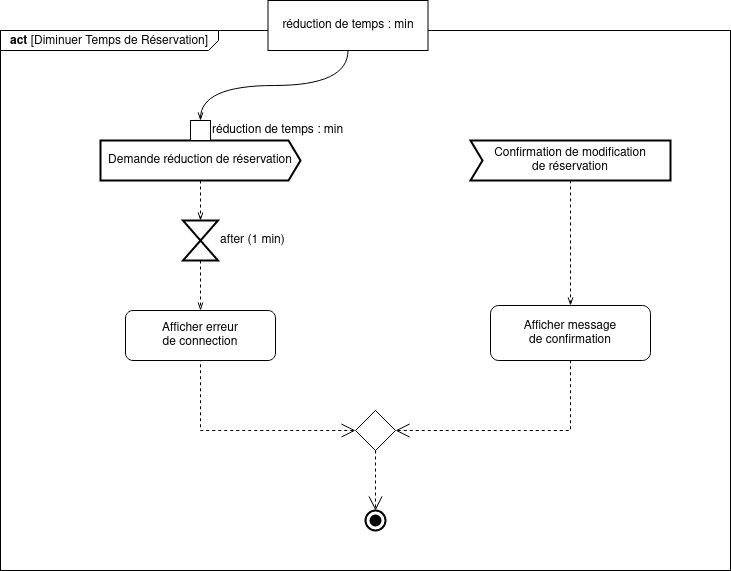
Dalker/ISI-mobility keeps this draw.io diagram as diagrammes/act_ReduireTempsReservation.png. Above is the earlier version. Source tidied: cells renumbered, new cells last; positions are measured from the earlier drawing's top-left corner, leaving out a move shared by most shapes.
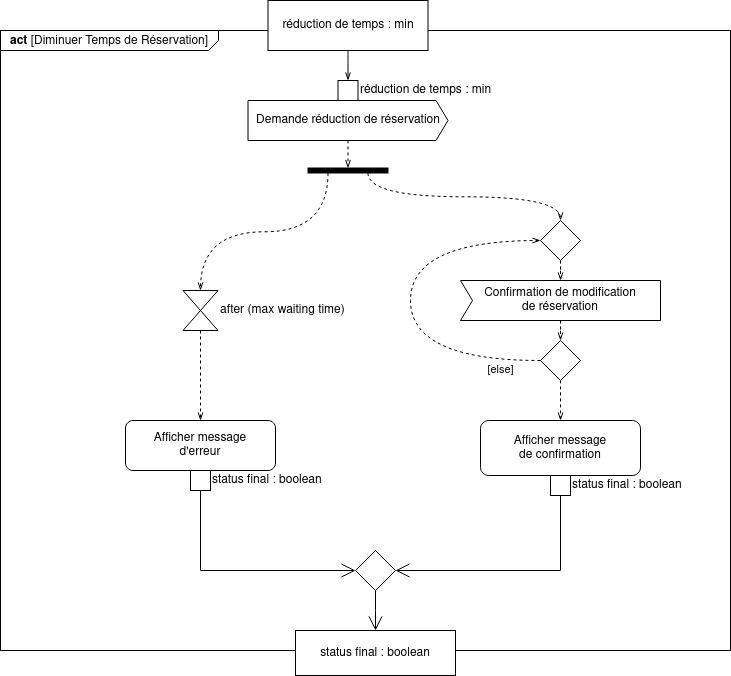
After the commit.

The edit, as a diff of the source:
```diff
@@ -3,63 +3,111 @@
     <mxCell id="0" />
     <mxCell id="1" parent="0" />
     <mxCell id="2" value="&lt;p style=&quot;margin: 0px ; margin-top: 4px ; margin-left: 10px ; text-align: left&quot;&gt;&lt;b&gt;act&lt;/b&gt;   [Diminuer Temps de Réservation]&lt;/p&gt;" style="html=1;shape=mxgraph.sysml.package;align=left;spacingLeft=5;verticalAlign=top;spacingTop=-3;labelX=218;html=1;overflow=fill;" parent="1" vertex="1">
-      <mxGeometry y="30" width="730" height="540" as="geometry" />
+      <mxGeometry y="30" width="730" height="620" as="geometry" />
     </mxCell>
-    <mxCell id="3" style="edgeStyle=orthogonalEdgeStyle;rounded=0;jettySize=auto;html=1;exitX=0.5;exitY=1;exitDx=0;exitDy=0;exitPerimeter=0;entryX=0.5;entryY=0;entryDx=0;entryDy=0;entryPerimeter=0;endArrow=openThin;endFill=0;dashed=1;" parent="1" edge="1" source="4" target="6">
+    <mxCell id="3" style="edgeStyle=orthogonalEdgeStyle;rounded=0;jettySize=auto;html=1;exitX=1;exitY=0.75;exitDx=0;exitDy=0;endArrow=openThin;endFill=0;dashed=1;curved=1;entryX=0.5;entryY=0;entryDx=0;entryDy=0;entryPerimeter=0;" parent="1" edge="1" source="18" target="5">
       <mxGeometry relative="1" as="geometry" />
     </mxCell>
-    <mxCell id="4" value="Demande réduction de réservation" style="html=1;shape=mxgraph.sysml.sendSigAct;strokeWidth=2;whiteSpace=wrap;align=center;" parent="1" vertex="1">
-      <mxGeometry x="100" y="140" width="200" height="40" as="geometry" />
+    <mxCell id="4" style="edgeStyle=orthogonalEdgeStyle;rounded=0;jettySize=auto;html=1;exitX=0.5;exitY=1;exitDx=0;exitDy=0;exitPerimeter=0;dashed=1;endArrow=openThin;endFill=0;" parent="1" edge="1" source="5" target="30">
+      <mxGeometry relative="1" as="geometry" />
     </mxCell>
-    <mxCell id="5" style="edgeStyle=orthogonalEdgeStyle;rounded=0;jettySize=auto;html=1;exitX=0.5;exitY=1;exitDx=0;exitDy=0;exitPerimeter=0;dashed=1;endArrow=openThin;endFill=0;" parent="1" edge="1" source="6" target="7">
-      <mxGeometry relative="1" as="geometry" />
+    <mxCell id="5" value="&lt;div&gt;after (max waiting time)&lt;br&gt;&lt;/div&gt;" style="html=1;shape=mxgraph.sysml.timeEvent;strokeWidth=1;verticalLabelPosition=middle;verticalAlignment=top;labelPosition=right;align=left;verticalAlign=middle;" parent="1" vertex="1">
+      <mxGeometry x="182.5" y="290" width="35" height="40" as="geometry" />
     </mxCell>
-    <mxCell id="6" value="after (1 min)" style="html=1;shape=mxgraph.sysml.timeEvent;strokeWidth=2;verticalLabelPosition=middle;verticalAlignment=top;labelPosition=right;align=left;verticalAlign=middle;" parent="1" vertex="1">
-      <mxGeometry x="182.5" y="220" width="35" height="40" as="geometry" />
+    <mxCell id="6" style="edgeStyle=orthogonalEdgeStyle;rounded=0;jettySize=auto;html=1;entryX=0.5;entryY=0;entryDx=0;entryDy=0;endArrow=openThin;endFill=0;curved=1;exitX=0.5;exitY=1;exitDx=0;exitDy=0;" parent="1" edge="1" source="7" target="16">
+      <mxGeometry relative="1" as="geometry" />
     </mxCell>
-    <mxCell id="7" value="&lt;div&gt;Afficher erreur&lt;/div&gt;&lt;div&gt;de connection&lt;br&gt;&lt;/div&gt;" style="shape=rect;html=1;rounded=1;whiteSpace=wrap;align=center;" parent="1" vertex="1">
-      <mxGeometry x="125" y="310" width="150" height="50" as="geometry" />
+    <mxCell id="7" value="réduction de temps : min" style="shape=rect;html=1;whiteSpace=wrap;align=center;" parent="1" vertex="1">
+      <mxGeometry x="267.5" width="160" height="50" as="geometry" />
     </mxCell>
-    <mxCell id="8" style="html=1;shape=mxgraph.sysml.actFinal;strokeWidth=2;verticalLabelPosition=bottom;verticalAlignment=top;" parent="1" vertex="1">
-      <mxGeometry x="365" y="510" width="20" height="20" as="geometry" />
+    <mxCell id="8" style="edgeStyle=orthogonalEdgeStyle;curved=1;rounded=0;jettySize=auto;html=1;exitX=0.5;exitY=1;exitDx=0;exitDy=0;exitPerimeter=0;endArrow=openThin;endFill=0;dashed=1;" parent="1" edge="1" source="9" target="28">
+      <mxGeometry relative="1" as="geometry" />
     </mxCell>
-    <mxCell id="9" style="edgeStyle=orthogonalEdgeStyle;rounded=0;jettySize=auto;html=1;entryX=0.5;entryY=0;entryDx=0;entryDy=0;endArrow=openThin;endFill=0;curved=1;exitX=0.5;exitY=1;exitDx=0;exitDy=0;" parent="1" edge="1" source="10" target="11">
-      <mxGeometry relative="1" as="geometry" />
+    <mxCell id="9" value="&lt;div&gt;Confirmation de modification&lt;/div&gt;&lt;div&gt;de réservation&lt;br&gt;&lt;/div&gt;" style="html=1;shape=mxgraph.sysml.accEvent;strokeWidth=1;whiteSpace=wrap;align=center;" parent="1" vertex="1">
+      <mxGeometry x="460" y="280" width="200" height="40" as="geometry" />
     </mxCell>
-    <mxCell id="10" value="réduction de temps : min" style="shape=rect;html=1;whiteSpace=wrap;align=center;" parent="1" vertex="1">
-      <mxGeometry x="267.5" width="160" height="50" as="geometry" />
+    <mxCell id="10" style="shape=rhombus;html=1;verticalLabelPosition=top;verticalAlignment=bottom;" parent="1" vertex="1">
+      <mxGeometry x="355" y="550" width="40" height="40" as="geometry" />
     </mxCell>
-    <mxCell id="11" value="réduction de temps : min" style="shape=rect;html=1;align=left;labelPosition=right;verticalLabelPosition=middle;verticalAlign=bottom;horizontal=1;" parent="1" vertex="1">
-      <mxGeometry x="190" y="120" width="20" height="20" as="geometry" />
+    <mxCell id="11" style="edgeStyle=elbowEdgeStyle;html=1;elbow=horizontal;align=right;verticalAlign=bottom;rounded=0;labelBackgroundColor=none;endArrow=open;endSize=12;entryX=0.5;entryY=0;entryDx=0;entryDy=0;exitX=0.5;exitY=1;exitDx=0;exitDy=0;" parent="1" edge="1" source="10" target="20">
+      <mxGeometry relative="1" as="geometry" />
     </mxCell>
-    <mxCell id="12" style="edgeStyle=orthogonalEdgeStyle;curved=1;rounded=0;jettySize=auto;html=1;exitX=0.5;exitY=1;exitDx=0;exitDy=0;exitPerimeter=0;entryX=0.5;entryY=0;entryDx=0;entryDy=0;endArrow=openThin;endFill=0;dashed=1;" parent="1" edge="1" source="13" target="14">
-      <mxGeometry relative="1" as="geometry" />
+    <mxCell id="12" style="edgeStyle=elbowEdgeStyle;html=1;elbow=vertical;verticalAlign=bottom;startArrow=open;endArrow=none;rounded=0;labelBackgroundColor=none;startSize=12;entryX=0.5;entryY=1;entryDx=0;entryDy=0;" parent="1" edge="1" source="10" target="25">
+      <mxGeometry relative="1" as="geometry">
+        <Array as="points">
+          <mxPoint x="500" y="570" />
+          <mxPoint x="570" y="470" />
+          <mxPoint x="390" y="430" />
+        </Array>
+      </mxGeometry>
     </mxCell>
-    <mxCell id="13" value="&lt;div&gt;Confirmation de modification&lt;/div&gt;&lt;div&gt;de réservation&lt;br&gt;&lt;/div&gt;" style="html=1;shape=mxgraph.sysml.accEvent;strokeWidth=2;whiteSpace=wrap;align=center;" parent="1" vertex="1">
-      <mxGeometry x="470" y="140" width="200" height="40" as="geometry" />
+    <mxCell id="13" style="edgeStyle=elbowEdgeStyle;html=1;elbow=vertical;verticalAlign=bottom;startArrow=open;endArrow=none;rounded=0;labelBackgroundColor=none;startSize=12;exitX=0;exitY=0.5;exitDx=0;exitDy=0;entryX=0.5;entryY=1;entryDx=0;entryDy=0;" parent="1" edge="1" source="10" target="31">
+      <mxGeometry relative="1" as="geometry">
+        <Array as="points">
+          <mxPoint x="220" y="570" />
+          <mxPoint x="200" y="470" />
+          <mxPoint x="280" y="430" />
+        </Array>
+      </mxGeometry>
     </mxCell>
-    <mxCell id="14" value="&lt;div&gt;Afficher message&lt;/div&gt;&lt;div&gt;de confirmation&lt;br&gt;&lt;/div&gt;" style="shape=rect;html=1;rounded=1;whiteSpace=wrap;align=center;" parent="1" vertex="1">
-      <mxGeometry x="490" y="305" width="160" height="55" as="geometry" />
+    <mxCell id="14" style="group;" parent="1" vertex="1">
+      <mxGeometry x="247.5" y="80" width="200" height="60" as="geometry" />
     </mxCell>
-    <mxCell id="15" style="shape=rhombus;html=1;verticalLabelPosition=top;verticalAlignment=bottom;" parent="1" vertex="1">
-      <mxGeometry x="355" y="410" width="40" height="40" as="geometry" />
+    <mxCell id="15" value="Demande réduction de réservation" style="html=1;shape=mxgraph.sysml.sendSigAct;strokeWidth=1;whiteSpace=wrap;align=center;" parent="14" vertex="1">
+      <mxGeometry y="20" width="200" height="40" as="geometry" />
     </mxCell>
-    <mxCell id="16" style="edgeStyle=elbowEdgeStyle;html=1;elbow=horizontal;align=right;verticalAlign=bottom;rounded=0;labelBackgroundColor=none;endArrow=open;endSize=12;dashed=1;entryX=0.5;entryY=0;entryDx=0;entryDy=0;entryPerimeter=0;" parent="1" edge="1" source="15" target="8">
-      <mxGeometry relative="1" as="geometry" />
+    <mxCell id="16" value="réduction de temps : min" style="shape=rect;html=1;align=left;labelPosition=right;verticalLabelPosition=middle;verticalAlign=bottom;horizontal=1;" parent="14" vertex="1">
+      <mxGeometry x="90" width="20" height="20" as="geometry" />
     </mxCell>
-    <mxCell id="17" style="edgeStyle=elbowEdgeStyle;html=1;elbow=vertical;verticalAlign=bottom;startArrow=open;endArrow=none;rounded=0;labelBackgroundColor=none;startSize=12;dashed=1;" parent="1" edge="1" source="15" target="14">
-      <mxGeometry relative="1" as="geometry">
-        <Array as="points">
-          <mxPoint x="390" y="430" />
-        </Array>
-      </mxGeometry>
+    <mxCell id="17" style="edgeStyle=orthogonalEdgeStyle;curved=1;rounded=0;jettySize=auto;html=1;exitX=1;exitY=0.25;exitDx=0;exitDy=0;dashed=1;endArrow=openThin;endFill=0;" parent="1" edge="1" source="18" target="22">
+      <mxGeometry relative="1" as="geometry" />
     </mxCell>
-    <mxCell id="18" style="edgeStyle=elbowEdgeStyle;html=1;elbow=vertical;verticalAlign=bottom;startArrow=open;endArrow=none;rounded=0;labelBackgroundColor=none;startSize=12;dashed=1;entryX=0.5;entryY=1;entryDx=0;entryDy=0;exitX=0;exitY=0.5;exitDx=0;exitDy=0;" parent="1" edge="1" source="15" target="7">
-      <mxGeometry relative="1" as="geometry">
-        <Array as="points">
-          <mxPoint x="280" y="430" />
-        </Array>
-      </mxGeometry>
+    <mxCell id="18" style="shape=rect;html=1;fillColor=#000000;verticalLabelPosition=bottom;verticalAlignment=top;strokeWidth=1;rotation=90;" parent="1" vertex="1">
+      <mxGeometry x="345" y="130" width="5" height="80" as="geometry" />
     </mxCell>
+    <mxCell id="19" style="edgeStyle=orthogonalEdgeStyle;curved=1;rounded=0;jettySize=auto;html=1;exitX=0.5;exitY=1;exitDx=0;exitDy=0;exitPerimeter=0;entryX=0;entryY=0.5;entryDx=0;entryDy=0;dashed=1;endArrow=openThin;endFill=0;" parent="1" edge="1" source="15" target="18">
+      <mxGeometry relative="1" as="geometry" />
+    </mxCell>
+    <mxCell id="20" value="status final : boolean" style="shape=rect;html=1;whiteSpace=wrap;align=center;strokeWidth=1;" parent="1" vertex="1">
+      <mxGeometry x="295" y="630" width="160" height="45" as="geometry" />
+    </mxCell>
+    <mxCell id="21" style="edgeStyle=orthogonalEdgeStyle;curved=1;rounded=0;jettySize=auto;html=1;entryX=0.5;entryY=0;entryDx=0;entryDy=0;entryPerimeter=0;endArrow=openThin;endFill=0;dashed=1;" parent="1" edge="1" source="22" target="9">
+      <mxGeometry relative="1" as="geometry" />
+    </mxCell>
+    <mxCell id="22" style="shape=rhombus;html=1;verticalLabelPosition=top;verticalAlignment=bottom;strokeWidth=1;" parent="1" vertex="1">
+      <mxGeometry x="540" y="220" width="40" height="40" as="geometry" />
+    </mxCell>
+    <mxCell id="23" style="group;" parent="1" vertex="1">
+      <mxGeometry x="480" y="420" width="160" height="75" as="geometry" />
+    </mxCell>
+    <mxCell id="24" value="&lt;div&gt;Afficher message&lt;/div&gt;&lt;div&gt;de confirmation&lt;br&gt;&lt;/div&gt;" style="shape=rect;html=1;rounded=1;whiteSpace=wrap;align=center;" parent="23" vertex="1">
+      <mxGeometry width="160" height="55" as="geometry" />
+    </mxCell>
+    <mxCell id="25" value="status final : boolean" style="shape=rect;html=1;align=left;labelPosition=right;verticalLabelPosition=middle;verticalAlign=bottom;horizontal=1;" parent="23" vertex="1">
+      <mxGeometry x="70" y="55" width="20" height="20" as="geometry" />
+    </mxCell>
+    <mxCell id="26" style="edgeStyle=orthogonalEdgeStyle;curved=1;rounded=0;jettySize=auto;html=1;exitX=0.5;exitY=1;exitDx=0;exitDy=0;entryX=0.5;entryY=0;entryDx=0;entryDy=0;dashed=1;endArrow=openThin;endFill=0;" parent="1" edge="1" source="28" target="24">
+      <mxGeometry relative="1" as="geometry" />
+    </mxCell>
+    <mxCell id="27" value="[else]" style="edgeStyle=orthogonalEdgeStyle;curved=1;rounded=0;jettySize=auto;html=1;entryX=0;entryY=0.5;entryDx=0;entryDy=0;dashed=1;endArrow=openThin;endFill=0;labelPosition=center;verticalLabelPosition=bottom;align=center;verticalAlign=top;spacing=8;" parent="1" edge="1" source="28" target="22">
+      <mxGeometry x="-0.79" y="-10" relative="1" as="geometry">
+        <Array as="points">
+          <mxPoint x="410" y="360" />
+          <mxPoint x="410" y="240" />
+        </Array>
+      </mxGeometry>
+    </mxCell>
+    <mxCell id="28" style="shape=rhombus;html=1;verticalLabelPosition=top;verticalAlignment=bottom;strokeWidth=1;" parent="1" vertex="1">
+      <mxGeometry x="540" y="340" width="40" height="40" as="geometry" />
+    </mxCell>
+    <mxCell id="29" style="group;" parent="1" vertex="1">
+      <mxGeometry x="125" y="420" width="150" height="70" as="geometry" />
+    </mxCell>
+    <mxCell id="30" value="&lt;div&gt;Afficher message &lt;br&gt;&lt;/div&gt;&lt;div&gt;d'erreur&lt;/div&gt;" style="shape=rect;html=1;rounded=1;whiteSpace=wrap;align=center;" parent="29" vertex="1">
+      <mxGeometry width="150" height="50" as="geometry" />
+    </mxCell>
+    <mxCell id="31" value="status final : boolean" style="shape=rect;html=1;align=left;labelPosition=right;verticalLabelPosition=middle;verticalAlign=bottom;horizontal=1;" parent="29" vertex="1">
+      <mxGeometry x="65" y="50" width="20" height="20" as="geometry" />
+    </mxCell>
   </root>
 </mxGraphModel>
```
